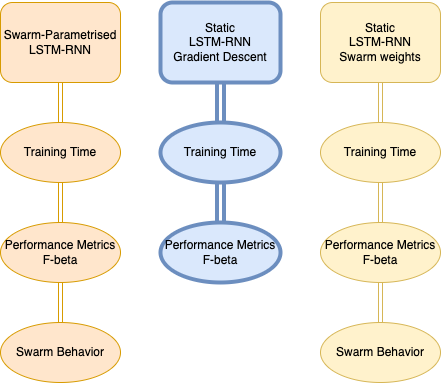
The draw.io diagram methods.drawio.png in chaserobertson/credit-fraud, before a commit. Source tidied: cells renumbered, new cells last; positions are measured from the earlier drawing's top-left corner, leaving out a move shared by most shapes.
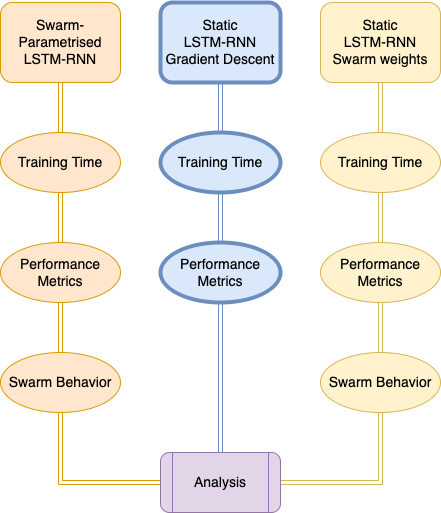
After the change.

What changed in the source:
```diff
@@ -2,62 +2,78 @@
   <root>
     <mxCell id="0" />
     <mxCell id="1" parent="0" />
-    <mxCell id="2" style="edgeStyle=orthogonalEdgeStyle;rounded=0;jettySize=auto;html=1;fillColor=#dae8fc;strokeColor=#6c8ebf;shape=link;strokeWidth=4;" parent="1" edge="1" source="3" target="9">
+    <mxCell id="2" style="edgeStyle=orthogonalEdgeStyle;rounded=0;jettySize=auto;html=1;fillColor=#dae8fc;strokeColor=#6c8ebf;shape=link;strokeWidth=1;fontSize=14;fontStyle=0;" parent="1" edge="1" source="3" target="9">
       <mxGeometry relative="1" as="geometry" />
     </mxCell>
-    <mxCell id="3" value="Static&lt;br&gt;LSTM-RNN&lt;br&gt;Gradient Descent" style="rounded=1;whiteSpace=wrap;html=1;fontSize=12;glass=0;strokeWidth=4;shadow=0;fillColor=#dae8fc;strokeColor=#6c8ebf;" parent="1" vertex="1">
+    <mxCell id="3" value="Static&lt;br style=&quot;font-size: 14px;&quot;&gt;LSTM-RNN&lt;br style=&quot;font-size: 14px;&quot;&gt;Gradient Descent" style="rounded=1;whiteSpace=wrap;html=1;fontSize=14;glass=0;strokeWidth=4;shadow=0;fillColor=#dae8fc;strokeColor=#6c8ebf;fontStyle=0;" parent="1" vertex="1">
       <mxGeometry x="160" width="120" height="80" as="geometry" />
     </mxCell>
-    <mxCell id="4" style="edgeStyle=orthogonalEdgeStyle;rounded=0;jettySize=auto;html=1;entryX=0.5;entryY=0;entryDx=0;entryDy=0;fillColor=#fff2cc;strokeColor=#d6b656;shape=link;" parent="1" edge="1" source="5" target="16">
+    <mxCell id="4" style="edgeStyle=orthogonalEdgeStyle;rounded=0;jettySize=auto;html=1;entryX=0.5;entryY=0;entryDx=0;entryDy=0;fillColor=#fff2cc;strokeColor=#d6b656;shape=link;fontSize=14;fontStyle=0;" parent="1" edge="1" source="5" target="16">
       <mxGeometry relative="1" as="geometry" />
     </mxCell>
-    <mxCell id="5" value="Static&lt;br&gt;LSTM-RNN&lt;br&gt;Swarm weights" style="rounded=1;whiteSpace=wrap;html=1;fontSize=12;glass=0;strokeWidth=1;shadow=0;fillColor=#fff2cc;strokeColor=#d6b656;" parent="1" vertex="1">
+    <mxCell id="5" value="Static&lt;br style=&quot;font-size: 14px;&quot;&gt;LSTM-RNN&lt;br style=&quot;font-size: 14px;&quot;&gt;Swarm weights" style="rounded=1;whiteSpace=wrap;html=1;fontSize=14;glass=0;strokeWidth=1;shadow=0;fillColor=#fff2cc;strokeColor=#d6b656;fontStyle=0;" parent="1" vertex="1">
       <mxGeometry x="320" width="120" height="80" as="geometry" />
     </mxCell>
-    <mxCell id="6" style="edgeStyle=orthogonalEdgeStyle;rounded=0;jettySize=auto;html=1;entryX=0.5;entryY=0;entryDx=0;entryDy=0;fillColor=#ffe6cc;strokeColor=#d79b00;shape=link;" parent="1" edge="1" source="7" target="12">
+    <mxCell id="6" style="edgeStyle=orthogonalEdgeStyle;rounded=0;jettySize=auto;html=1;entryX=0.5;entryY=0;entryDx=0;entryDy=0;fillColor=#ffe6cc;strokeColor=#d79b00;shape=link;fontSize=14;fontStyle=0;" parent="1" edge="1" source="7" target="12">
       <mxGeometry relative="1" as="geometry" />
     </mxCell>
-    <mxCell id="7" value="Swarm-Parametrised&lt;br&gt;LSTM-RNN" style="rounded=1;whiteSpace=wrap;html=1;fontSize=12;glass=0;strokeWidth=1;shadow=0;fillColor=#ffe6cc;strokeColor=#d79b00;" parent="1" vertex="1">
+    <mxCell id="7" value="Swarm-Parametrised&lt;br style=&quot;font-size: 14px;&quot;&gt;LSTM-RNN" style="rounded=1;whiteSpace=wrap;html=1;fontSize=14;glass=0;strokeWidth=1;shadow=0;fillColor=#ffe6cc;strokeColor=#d79b00;fontStyle=0;" parent="1" vertex="1">
       <mxGeometry width="120" height="80" as="geometry" />
     </mxCell>
-    <mxCell id="8" style="edgeStyle=orthogonalEdgeStyle;rounded=0;jettySize=auto;html=1;fillColor=#dae8fc;strokeColor=#6c8ebf;shape=link;strokeWidth=4;" parent="1" edge="1" source="9" target="10">
+    <mxCell id="8" style="edgeStyle=orthogonalEdgeStyle;rounded=0;jettySize=auto;html=1;fillColor=#dae8fc;strokeColor=#6c8ebf;shape=link;strokeWidth=1;fontSize=14;fontStyle=0;" parent="1" edge="1" source="9" target="10">
       <mxGeometry relative="1" as="geometry" />
     </mxCell>
-    <mxCell id="9" value="Training Time" style="ellipse;whiteSpace=wrap;html=1;rounded=1;glass=0;strokeWidth=4;shadow=0;fillColor=#dae8fc;strokeColor=#6c8ebf;" parent="1" vertex="1">
-      <mxGeometry x="160" y="120" width="120" height="60" as="geometry" />
+    <mxCell id="9" value="Training Time" style="ellipse;whiteSpace=wrap;html=1;rounded=1;glass=0;strokeWidth=4;shadow=0;fillColor=#dae8fc;strokeColor=#6c8ebf;fontSize=14;fontStyle=0;" parent="1" vertex="1">
+      <mxGeometry x="160" y="130" width="120" height="60" as="geometry" />
     </mxCell>
+    <mxCell id="21" style="edgeStyle=orthogonalEdgeStyle;shape=link;rounded=0;jettySize=auto;html=1;entryX=0.5;entryY=0;entryDx=0;entryDy=0;fontSize=14;strokeWidth=1;fillColor=#dae8fc;strokeColor=#6c8ebf;" parent="1" edge="1" source="10" target="24">
+      <mxGeometry relative="1" as="geometry" />
+    </mxCell>
-    <mxCell id="10" value="Performance Metrics&lt;br&gt;F-beta" style="ellipse;whiteSpace=wrap;html=1;rounded=1;glass=0;strokeWidth=4;shadow=0;fillColor=#dae8fc;strokeColor=#6c8ebf;" parent="1" vertex="1">
-      <mxGeometry x="160" y="220" width="120" height="60" as="geometry" />
+    <mxCell id="10" value="Performance Metrics" style="ellipse;whiteSpace=wrap;html=1;rounded=1;glass=0;strokeWidth=4;shadow=0;fillColor=#dae8fc;strokeColor=#6c8ebf;fontSize=14;fontStyle=0;" parent="1" vertex="1">
+      <mxGeometry x="160" y="240" width="120" height="60" as="geometry" />
     </mxCell>
-    <mxCell id="11" style="edgeStyle=orthogonalEdgeStyle;rounded=0;jettySize=auto;html=1;fillColor=#ffe6cc;strokeColor=#d79b00;shape=link;" parent="1" edge="1" source="12" target="14">
+    <mxCell id="11" style="edgeStyle=orthogonalEdgeStyle;rounded=0;jettySize=auto;html=1;fillColor=#ffe6cc;strokeColor=#d79b00;shape=link;fontSize=14;fontStyle=0;" parent="1" edge="1" source="12" target="14">
       <mxGeometry relative="1" as="geometry" />
     </mxCell>
-    <mxCell id="12" value="Training Time" style="ellipse;whiteSpace=wrap;html=1;rounded=1;glass=0;strokeWidth=1;shadow=0;fillColor=#ffe6cc;strokeColor=#d79b00;" parent="1" vertex="1">
-      <mxGeometry y="120" width="120" height="60" as="geometry" />
+    <mxCell id="12" value="Training Time" style="ellipse;whiteSpace=wrap;html=1;rounded=1;glass=0;strokeWidth=1;shadow=0;fillColor=#ffe6cc;strokeColor=#d79b00;fontSize=14;fontStyle=0;" parent="1" vertex="1">
+      <mxGeometry y="130" width="120" height="60" as="geometry" />
     </mxCell>
-    <mxCell id="13" style="edgeStyle=orthogonalEdgeStyle;rounded=0;jettySize=auto;html=1;fillColor=#ffe6cc;strokeColor=#d79b00;shape=link;" parent="1" edge="1" source="14" target="19">
+    <mxCell id="13" style="edgeStyle=orthogonalEdgeStyle;rounded=0;jettySize=auto;html=1;fillColor=#ffe6cc;strokeColor=#d79b00;shape=link;fontSize=14;fontStyle=0;" parent="1" edge="1" source="14" target="19">
       <mxGeometry relative="1" as="geometry" />
     </mxCell>
-    <mxCell id="14" value="Performance Metrics&lt;br&gt;F-beta" style="ellipse;whiteSpace=wrap;html=1;rounded=1;glass=0;strokeWidth=1;shadow=0;fillColor=#ffe6cc;strokeColor=#d79b00;" parent="1" vertex="1">
-      <mxGeometry y="220" width="120" height="60" as="geometry" />
+    <mxCell id="14" value="Performance Metrics" style="ellipse;whiteSpace=wrap;html=1;rounded=1;glass=0;strokeWidth=1;shadow=0;fillColor=#ffe6cc;strokeColor=#d79b00;fontSize=14;fontStyle=0;" parent="1" vertex="1">
+      <mxGeometry y="240" width="120" height="60" as="geometry" />
     </mxCell>
-    <mxCell id="15" style="edgeStyle=orthogonalEdgeStyle;rounded=0;jettySize=auto;html=1;fillColor=#fff2cc;strokeColor=#d6b656;shape=link;" parent="1" edge="1" source="16" target="18">
+    <mxCell id="15" style="edgeStyle=orthogonalEdgeStyle;rounded=0;jettySize=auto;html=1;fillColor=#fff2cc;strokeColor=#d6b656;shape=link;fontSize=14;fontStyle=0;" parent="1" edge="1" source="16" target="18">
       <mxGeometry relative="1" as="geometry" />
     </mxCell>
-    <mxCell id="16" value="Training Time" style="ellipse;whiteSpace=wrap;html=1;rounded=1;glass=0;strokeWidth=1;shadow=0;fillColor=#fff2cc;strokeColor=#d6b656;" parent="1" vertex="1">
-      <mxGeometry x="320" y="120" width="120" height="60" as="geometry" />
+    <mxCell id="16" value="Training Time" style="ellipse;whiteSpace=wrap;html=1;rounded=1;glass=0;strokeWidth=1;shadow=0;fillColor=#fff2cc;strokeColor=#d6b656;fontSize=14;fontStyle=0;" parent="1" vertex="1">
+      <mxGeometry x="320" y="130" width="120" height="60" as="geometry" />
     </mxCell>
-    <mxCell id="17" style="edgeStyle=orthogonalEdgeStyle;rounded=0;jettySize=auto;html=1;entryX=0.5;entryY=0;entryDx=0;entryDy=0;fillColor=#fff2cc;strokeColor=#d6b656;shape=link;" parent="1" edge="1" source="18" target="20">
+    <mxCell id="17" style="edgeStyle=orthogonalEdgeStyle;rounded=0;jettySize=auto;html=1;entryX=0.5;entryY=0;entryDx=0;entryDy=0;fillColor=#fff2cc;strokeColor=#d6b656;shape=link;fontSize=14;fontStyle=0;" parent="1" edge="1" source="18" target="20">
       <mxGeometry relative="1" as="geometry" />
     </mxCell>
-    <mxCell id="18" value="Performance Metrics&lt;br&gt;F-beta" style="ellipse;whiteSpace=wrap;html=1;rounded=1;glass=0;strokeWidth=1;shadow=0;fillColor=#fff2cc;strokeColor=#d6b656;" parent="1" vertex="1">
-      <mxGeometry x="320" y="220" width="120" height="60" as="geometry" />
+    <mxCell id="18" value="Performance Metrics" style="ellipse;whiteSpace=wrap;html=1;rounded=1;glass=0;strokeWidth=1;shadow=0;fillColor=#fff2cc;strokeColor=#d6b656;fontSize=14;fontStyle=0;" parent="1" vertex="1">
+      <mxGeometry x="320" y="240" width="120" height="60" as="geometry" />
     </mxCell>
+    <mxCell id="22" style="edgeStyle=orthogonalEdgeStyle;shape=link;rounded=0;jettySize=auto;html=1;fontSize=14;strokeWidth=1;entryX=0;entryY=0.5;entryDx=0;entryDy=0;exitX=0.5;exitY=1;exitDx=0;exitDy=0;fillColor=#ffe6cc;strokeColor=#d79b00;" parent="1" edge="1" source="19" target="24">
+      <mxGeometry relative="1" as="geometry" />
+    </mxCell>
-    <mxCell id="19" value="Swarm Behavior" style="ellipse;whiteSpace=wrap;html=1;rounded=1;glass=0;strokeWidth=1;shadow=0;fillColor=#ffe6cc;strokeColor=#d79b00;" parent="1" vertex="1">
-      <mxGeometry y="320" width="120" height="60" as="geometry" />
+    <mxCell id="19" value="Swarm Behavior" style="ellipse;whiteSpace=wrap;html=1;rounded=1;glass=0;strokeWidth=1;shadow=0;fillColor=#ffe6cc;strokeColor=#d79b00;fontSize=14;fontStyle=0;" parent="1" vertex="1">
+      <mxGeometry y="350" width="120" height="60" as="geometry" />
     </mxCell>
+    <mxCell id="23" style="edgeStyle=orthogonalEdgeStyle;shape=link;rounded=0;jettySize=auto;html=1;entryX=1;entryY=0.5;entryDx=0;entryDy=0;fontSize=14;strokeWidth=1;fillColor=#fff2cc;strokeColor=#d6b656;" parent="1" edge="1" source="20" target="24">
+      <mxGeometry relative="1" as="geometry">
+        <Array as="points">
+          <mxPoint x="380" y="480" />
+        </Array>
+      </mxGeometry>
+    </mxCell>
-    <mxCell id="20" value="Swarm Behavior" style="ellipse;whiteSpace=wrap;html=1;rounded=1;glass=0;strokeWidth=1;shadow=0;fillColor=#fff2cc;strokeColor=#d6b656;" parent="1" vertex="1">
-      <mxGeometry x="320" y="320" width="120" height="60" as="geometry" />
+    <mxCell id="20" value="Swarm Behavior" style="ellipse;whiteSpace=wrap;html=1;rounded=1;glass=0;strokeWidth=1;shadow=0;fillColor=#fff2cc;strokeColor=#d6b656;fontSize=14;fontStyle=0;" parent="1" vertex="1">
+      <mxGeometry x="320" y="350" width="120" height="60" as="geometry" />
     </mxCell>
+    <mxCell id="24" value="Analysis" style="shape=process;whiteSpace=wrap;html=1;backgroundOutline=1;fontSize=14;rounded=1;glass=0;strokeWidth=1;shadow=0;fontStyle=0;fillColor=#e1d5e7;strokeColor=#9673a6;" parent="1" vertex="1">
+      <mxGeometry x="160" y="450" width="120" height="60" as="geometry" />
+    </mxCell>
   </root>
 </mxGraphModel>
```
